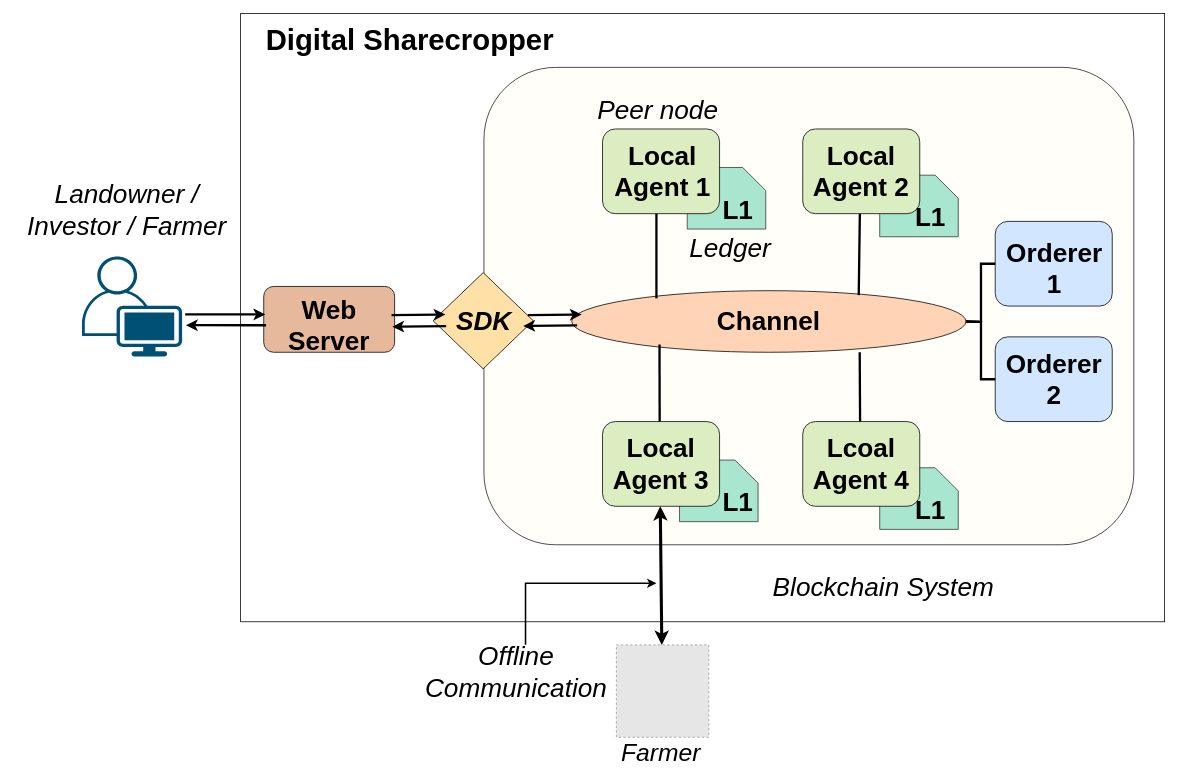
Before: page "Page-2" (2 of 4) of files/Fabric-Diagrams.drawio in Arif-Shahriar028/draw.io, a draw.io diagram. Source tidied: cells renumbered, new cells numbered last; positions are measured from the earlier drawing's top-left corner, leaving out a move shared by most shapes. Both pictures are drawn from the tidied source at 77%, with x=0, y=0 at pixel (13, 13). Pictures stored in the file or linked from it are replaced by grey dashed boxes.
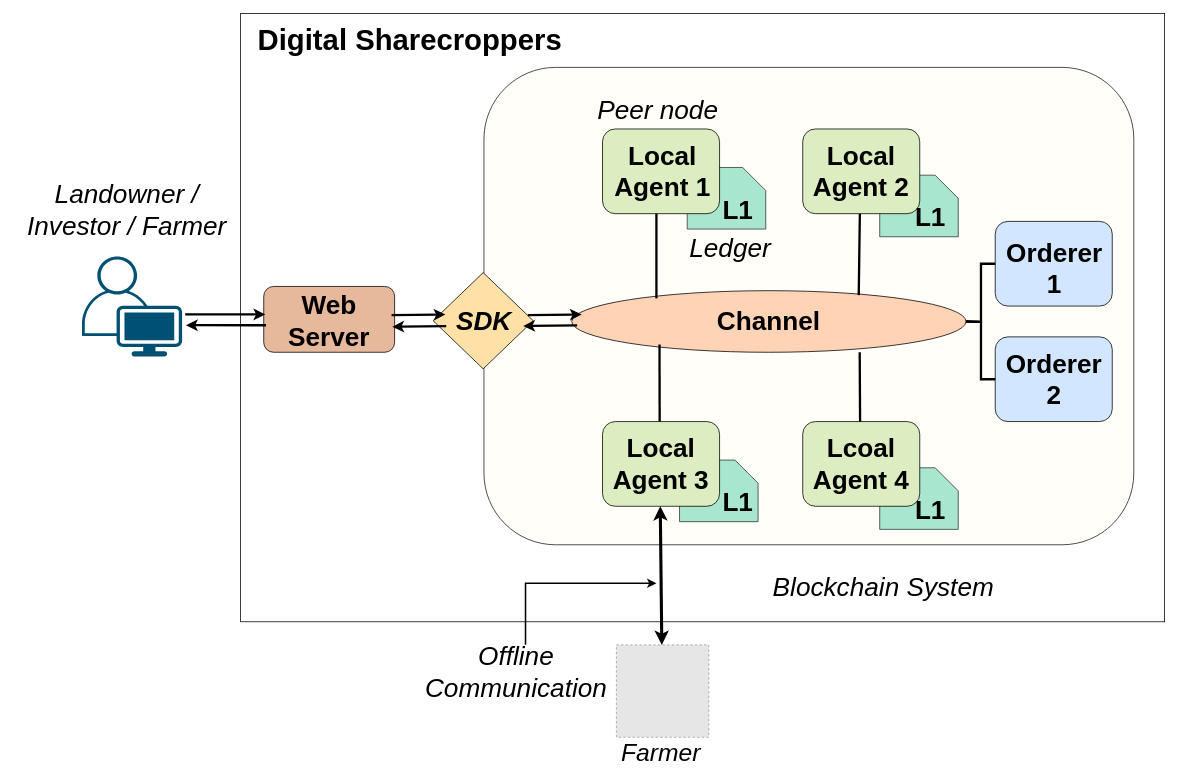
After the change.

What changed in the source:
```diff
@@
     <mxCell id="33" value="&lt;font style=&quot;font-size: 34px;&quot;&gt;&lt;span style=&quot;font-size: 34px;&quot;&gt;Web Server&lt;/span&gt;&lt;/font&gt;" style="text;html=1;strokeColor=none;fillColor=none;align=center;verticalAlign=middle;whiteSpace=wrap;rounded=0;fontStyle=1;fontSize=34;" parent="1" vertex="1">
-      <mxGeometry x="334" y="390" width="152" height="30" as="geometry" />
+      <mxGeometry x="334" y="384" width="152" height="30" as="geometry" />
     </mxCell>
@@
-    <mxCell id="40" value="&lt;font style=&quot;font-size: 38px;&quot;&gt;&lt;span style=&quot;font-size: 38px;&quot;&gt;Digital Sharecropper&lt;/span&gt;&lt;/font&gt;" style="text;html=1;strokeColor=none;fillColor=none;align=center;verticalAlign=middle;whiteSpace=wrap;rounded=0;fontStyle=1;fontSize=38;" parent="1" vertex="1">
+    <mxCell id="40" value="&lt;font style=&quot;font-size: 38px;&quot;&gt;&lt;span style=&quot;font-size: 38px;&quot;&gt;Digital Sharecroppers&lt;/span&gt;&lt;/font&gt;" style="text;html=1;strokeColor=none;fillColor=none;align=center;verticalAlign=middle;whiteSpace=wrap;rounded=0;fontStyle=1;fontSize=38;" parent="1" vertex="1">
       <mxGeometry x="315" y="20" width="400" height="30" as="geometry" />
     </mxCell>
```
